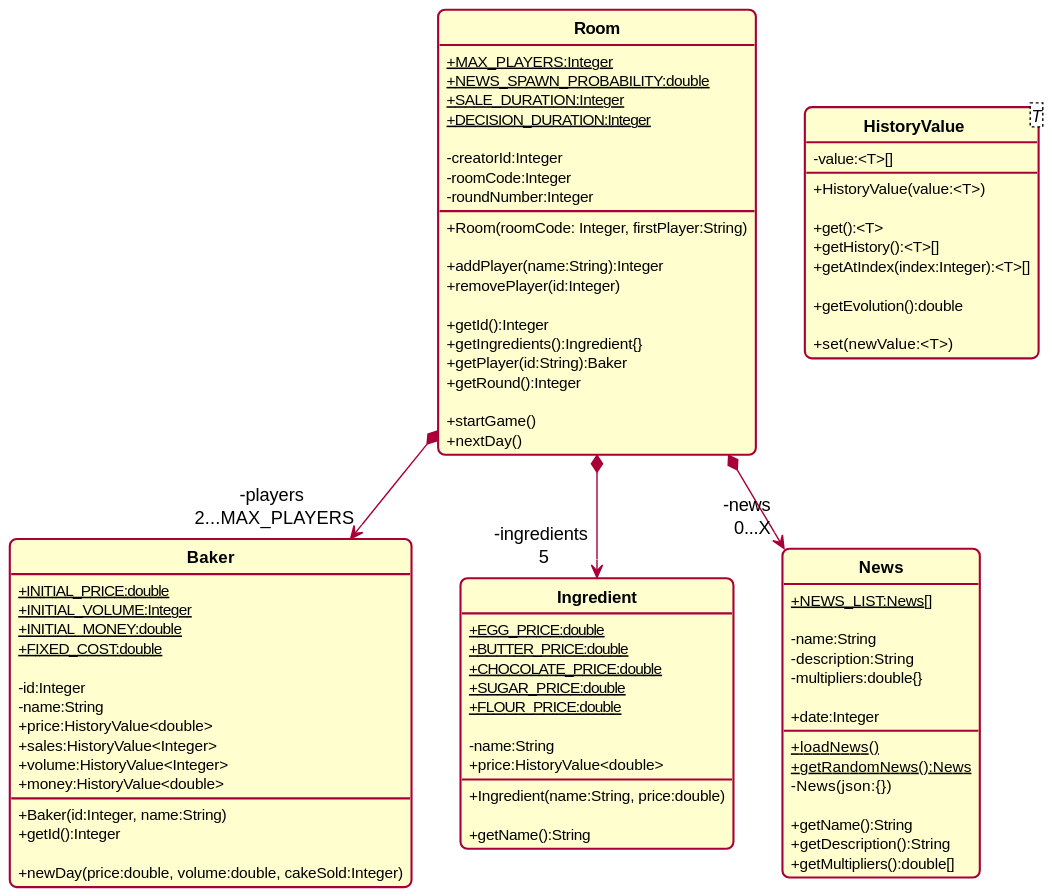
This is diagrammeDeClasse.svg from Les-Scrums-Masters/CakeIt, a PlantUML export, as it was before one commit.
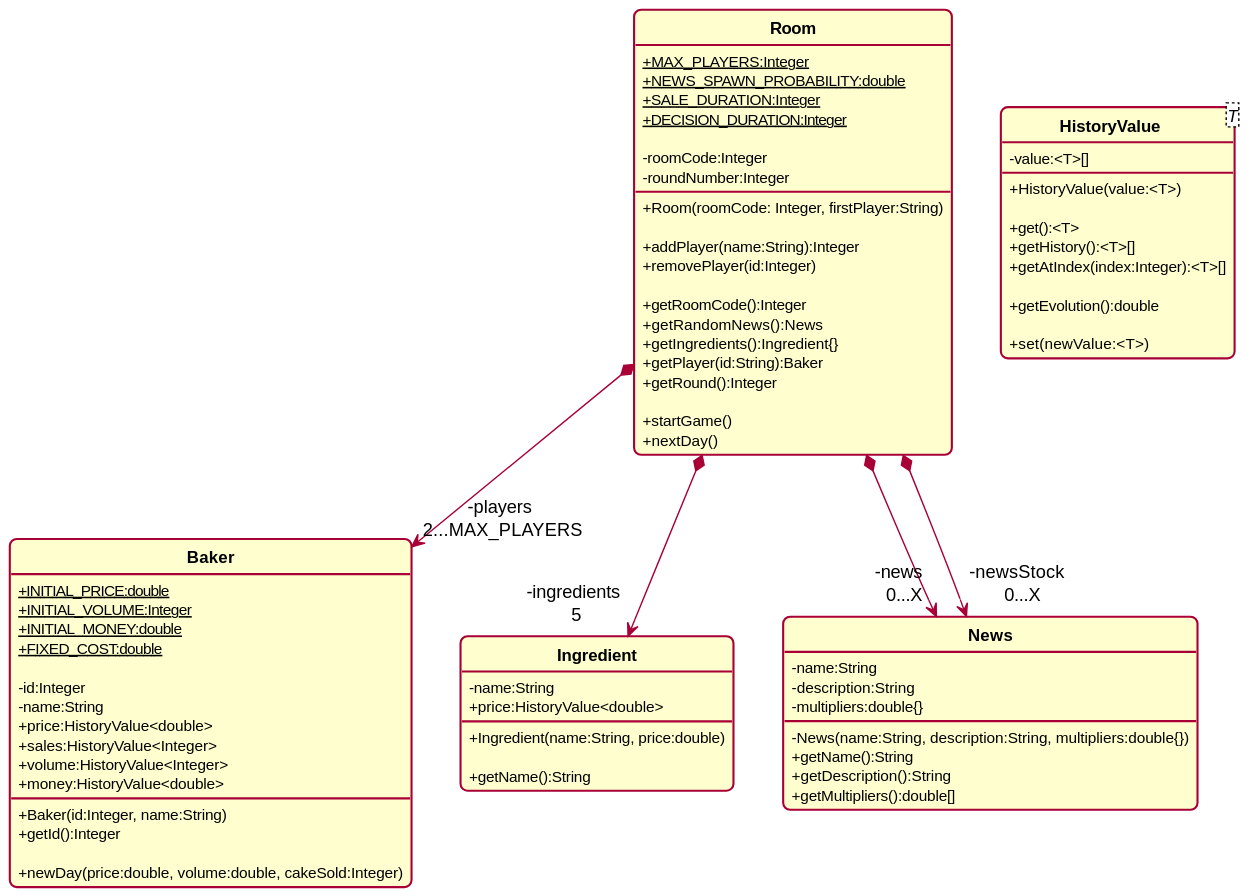
The same diagram one commit later.

Commit message:
[UML] Changed news list

Change to the diagram source:
```diff
@@ -13,7 +13,6 @@
     + {static}SALE_DURATION:Integer
     + {static}DECISION_DURATION:Integer
 
-    - creatorId:Integer
     - roomCode:Integer
     - roundNumber:Integer
     + Room(roomCode: Integer, firstPlayer:String)
@@ -21,7 +20,8 @@
     + addPlayer(name:String):Integer
     + removePlayer(id:Integer)
 
-    + getId():Integer
+    + getRoomCode():Integer
+    + getRandomNews():News
     + getIngredients():Ingredient{}
     + getPlayer(id:String):Baker
     + getRound():Integer
@@ -34,6 +34,7 @@
 Room *--> "-players \n2...MAX_PLAYERS" Baker
 Room *--> "-ingredients \n5" Ingredient
 Room *--> "-news \n 0...X" News
+Room *--> "-newsStock \n 0...X" News
 
 class Baker {
 
@@ -58,12 +59,6 @@
 
 class Ingredient {
 
-    + {static}EGG_PRICE:double
-    + {static}BUTTER_PRICE:double
-    + {static}CHOCOLATE_PRICE:double
-    + {static}SUGAR_PRICE:double
-    + {static}FLOUR_PRICE:double
-
     - name:String
     + price:HistoryValue<double>
 
@@ -74,17 +69,11 @@
 
 class News {
 
-    + {static}NEWS_LIST:News[]
-    + {static}loadNews()
-    + {static}getRandomNews():News
-
     - name:String
     - description:String
     - multipliers:double{}
 
-    + date:Integer
-
-    - News(json:{})
+    - News(name:String, description:String, multipliers:double{})
 
     + getName():String
     + getDescription():String
```
